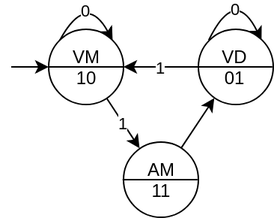
The draw.io diagram content/images/sd/semaforo.png in balbertini/balbertini.github.io, before a commit. Source tidied: cells renumbered, new cells last; positions are measured from the earlier drawing's top-left corner, leaving out a move shared by most shapes.
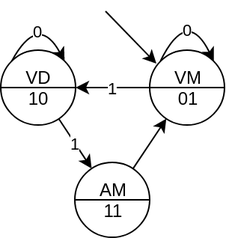
After the change.

Change to the diagram source:
```diff
@@ -11,7 +11,7 @@
     <mxCell id="4" style="group;" parent="1" vertex="1">
       <mxGeometry x="124.5" y="29" width="50" height="50" as="geometry" />
     </mxCell>
-    <mxCell id="5" value="VD&lt;br&gt;01&lt;br&gt;" style="ellipse;whiteSpace=wrap;html=1;align=center;verticalAlign=middle;" parent="4" vertex="1">
+    <mxCell id="5" value="VM&lt;br&gt;01" style="ellipse;whiteSpace=wrap;html=1;align=center;verticalAlign=middle;" parent="4" vertex="1">
       <mxGeometry width="50" height="50" as="geometry" />
     </mxCell>
     <mxCell id="6" style="endArrow=none;html=1;exitX=0;exitY=0.5;exitDx=0;exitDy=0;entryX=1;entryY=0.5;entryDx=0;entryDy=0;" parent="4" edge="1" source="5" target="5">
@@ -24,7 +24,7 @@
         </Array>
       </mxGeometry>
     </mxCell>
-    <mxCell id="8" value="VM&lt;br&gt;10&lt;br&gt;" style="ellipse;whiteSpace=wrap;html=1;align=center;verticalAlign=middle;" parent="1" vertex="1">
+    <mxCell id="8" value="VD&lt;br&gt;10" style="ellipse;whiteSpace=wrap;html=1;align=center;verticalAlign=middle;" parent="1" vertex="1">
       <mxGeometry x="25" y="29" width="50" height="50" as="geometry" />
     </mxCell>
     <mxCell id="9" style="endArrow=none;html=1;exitX=0;exitY=0.5;exitDx=0;exitDy=0;entryX=1;entryY=0.5;entryDx=0;entryDy=0;" parent="1" edge="1" source="8" target="8">
@@ -49,9 +49,9 @@
     <mxCell id="14" value="1" style="endArrow=classic;html=1;" parent="1" edge="1" source="8" target="12">
       <mxGeometry relative="1" as="geometry" />
     </mxCell>
-    <mxCell id="15" style="endArrow=classic;html=1;entryX=0;entryY=0.5;entryDx=0;entryDy=0;" parent="1" edge="1" target="8">
+    <mxCell id="15" style="endArrow=classic;html=1;entryX=0.09;entryY=0.18;entryDx=0;entryDy=0;entryPerimeter=0;" parent="1" edge="1" target="5">
       <mxGeometry relative="1" as="geometry">
-        <mxPoint y="54" as="sourcePoint" />
+        <mxPoint x="95" y="3" as="sourcePoint" />
       </mxGeometry>
     </mxCell>
   </root>
```
